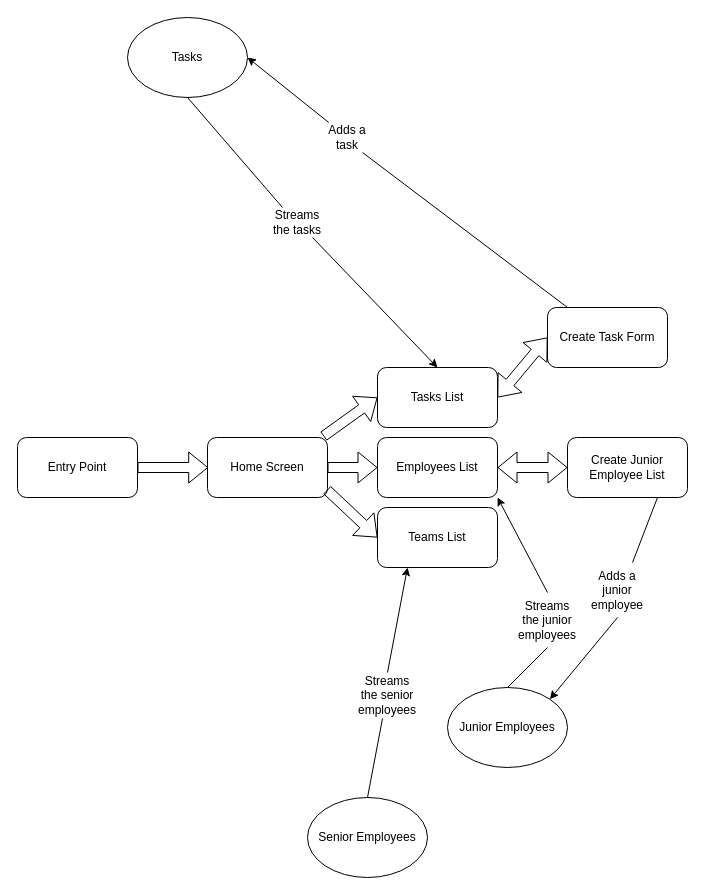
The draw.io diagram doc/app_flow.drawio in adnanjpg/adam_interview, before the edit. Source tidied: cells renumbered, new cells numbered last; positions are measured from the earlier drawing's top-left corner, leaving out a move shared by most shapes. Both pictures are drawn from the tidied source at 100%, with x=0, y=0 at pixel (17, 17).
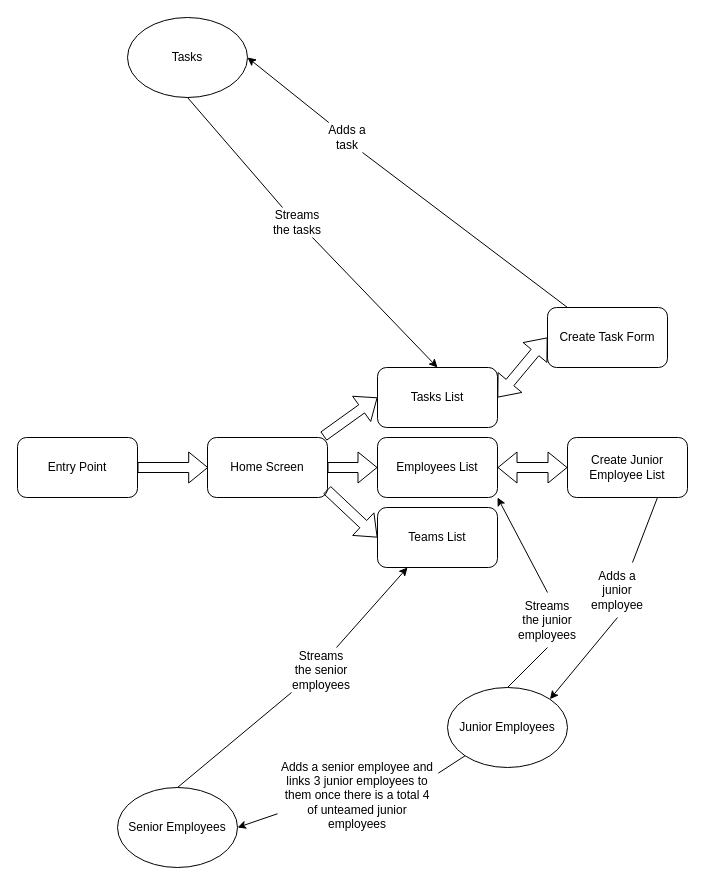
The same page after the edit.

Commit message (it also covers changes not shown here):
update the app flow diagram image to describe the creation of senior employee

Unchanged cells that the change refers to:
```xml
<mxCell id="7" value="Teams List" style="rounded=1;whiteSpace=wrap;html=1;" parent="1" vertex="1">
  <mxGeometry x="360" y="490" width="120" height="60" as="geometry" />
</mxCell>
<mxCell id="11" value="Junior Employees" style="ellipse;whiteSpace=wrap;html=1;" parent="1" vertex="1">
  <mxGeometry x="430" y="670" width="120" height="80" as="geometry" />
</mxCell>
```

Diff of the diagram source:
```diff
@@
     <mxCell id="12" value="Senior Employees" style="ellipse;whiteSpace=wrap;html=1;" parent="1" vertex="1">
-      <mxGeometry x="290" y="780" width="120" height="80" as="geometry" />
+      <mxGeometry x="100" y="770" width="120" height="80" as="geometry" />
     </mxCell>
@@
-    <mxCell id="24" style="endArrow=classic;html=1;rounded=0;entryX=0.25;entryY=1;entryDx=0;entryDy=0;exitX=0.5;exitY=0;exitDx=0;exitDy=0;startArrow=none;" parent="1" edge="1" source="25" target="7">
+    <mxCell id="24" style="endArrow=classic;html=1;rounded=0;entryX=0.25;entryY=1;entryDx=0;entryDy=0;exitX=0.75;exitY=0;exitDx=0;exitDy=0;startArrow=none;" parent="1" edge="1" source="25" target="7">
       <mxGeometry relative="1" as="geometry" />
     </mxCell>
     <mxCell id="25" value="Streams the senior employees" style="text;html=1;strokeColor=none;fillColor=none;align=center;verticalAlign=middle;whiteSpace=wrap;rounded=0;" parent="1" vertex="1">
-      <mxGeometry x="340" y="655" width="60" height="45" as="geometry" />
+      <mxGeometry x="274" y="630" width="60" height="45" as="geometry" />
     </mxCell>
-    <mxCell id="26" style="endArrow=none;html=1;rounded=0;entryX=0.417;entryY=1.021;entryDx=0;entryDy=0;exitX=0.5;exitY=0;exitDx=0;exitDy=0;entryPerimeter=0;" parent="1" edge="1" source="12" target="25">
+    <mxCell id="26" style="endArrow=none;html=1;rounded=0;entryX=0;entryY=1;entryDx=0;entryDy=0;exitX=0.5;exitY=0;exitDx=0;exitDy=0;" parent="1" edge="1" source="12" target="25">
       <mxGeometry relative="1" as="geometry" />
     </mxCell>
@@
+    <mxCell id="33" style="endArrow=classic;html=1;rounded=0;exitX=0;exitY=0.75;exitDx=0;exitDy=0;entryX=1;entryY=0.5;entryDx=0;entryDy=0;startArrow=none;" parent="1" edge="1" source="34" target="12">
+      <mxGeometry relative="1" as="geometry" />
+    </mxCell>
+    <mxCell id="34" value="Adds a senior employee and links 3 junior employees to them once there is a total 4 of unteamed junior employees" style="text;html=1;strokeColor=none;fillColor=none;align=center;verticalAlign=middle;whiteSpace=wrap;rounded=0;" parent="1" vertex="1">
+      <mxGeometry x="260" y="740" width="160" height="75" as="geometry" />
+    </mxCell>
+    <mxCell id="35" style="endArrow=none;html=1;rounded=0;exitX=0;exitY=1;exitDx=0;exitDy=0;entryX=1.005;entryY=0.209;entryDx=0;entryDy=0;entryPerimeter=0;" parent="1" edge="1" source="11" target="34">
+      <mxGeometry relative="1" as="geometry" />
+    </mxCell>
```
